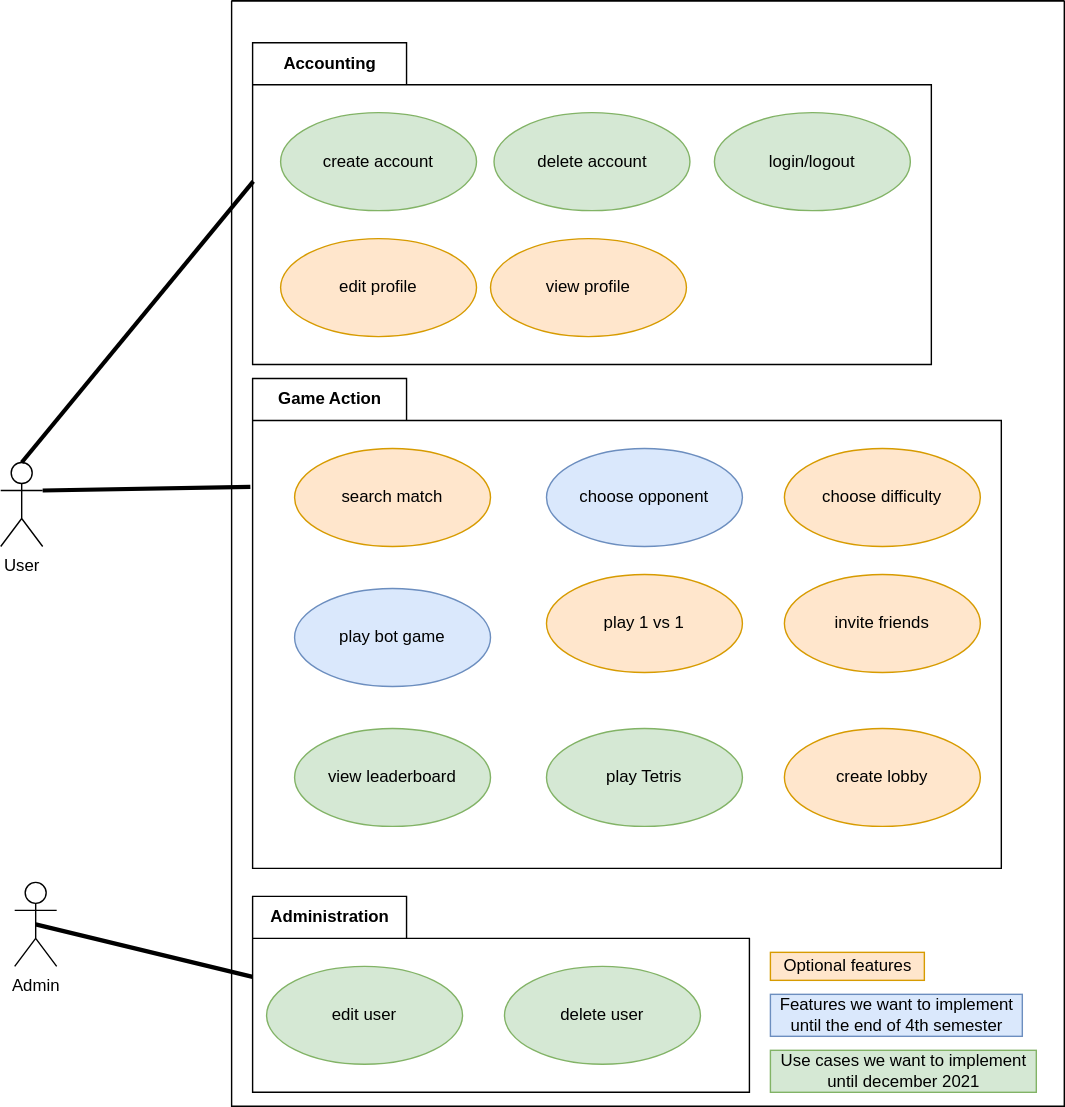
Before: docs/diagrams/UML-use-case-diagram.drawio.svg, a diagram exported from draw.io (13TRIS/13TRIS). Source tidied: cells renumbered, new cells last; positions are measured from the earlier drawing's top-left corner, leaving out a move shared by most shapes.
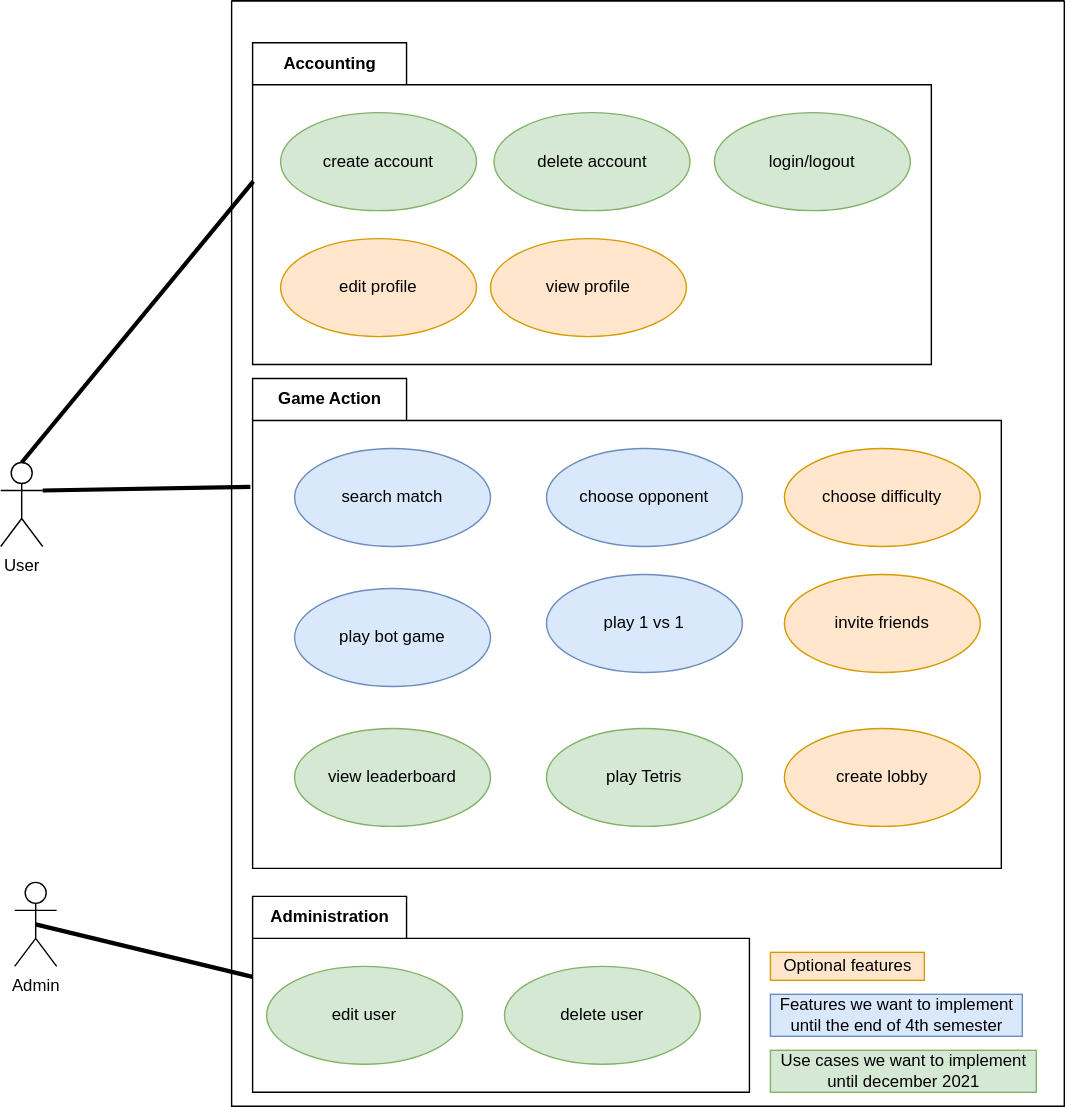
After the commit.

Commit message:
backend-v2: Used base template for home and play views

What changed in the source:
```diff
@@ -35,10 +35,10 @@
     <mxCell id="12" value="choose opponent" style="ellipse;whiteSpace=wrap;html=1;fillColor=#dae8fc;strokeColor=#6c8ebf;" parent="10" vertex="1">
       <mxGeometry x="210" y="50" width="140" height="70" as="geometry" />
     </mxCell>
-    <mxCell id="13" value="search match" style="ellipse;whiteSpace=wrap;html=1;fillColor=#ffe6cc;strokeColor=#d79b00;" parent="10" vertex="1">
+    <mxCell id="13" value="search match" style="ellipse;whiteSpace=wrap;html=1;fillColor=#dae8fc;strokeColor=#6c8ebf;" parent="10" vertex="1">
       <mxGeometry x="30" y="50" width="140" height="70" as="geometry" />
     </mxCell>
-    <mxCell id="14" value="play 1 vs 1" style="ellipse;whiteSpace=wrap;html=1;fillColor=#ffe6cc;strokeColor=#d79b00;" parent="10" vertex="1">
+    <mxCell id="14" value="play 1 vs 1" style="ellipse;whiteSpace=wrap;html=1;fillColor=#dae8fc;strokeColor=#6c8ebf;" parent="10" vertex="1">
       <mxGeometry x="210" y="140" width="140" height="70" as="geometry" />
     </mxCell>
     <mxCell id="15" value="view leaderboard" style="ellipse;whiteSpace=wrap;html=1;fillColor=#d5e8d4;strokeColor=#82b366;" parent="10" vertex="1">
```
